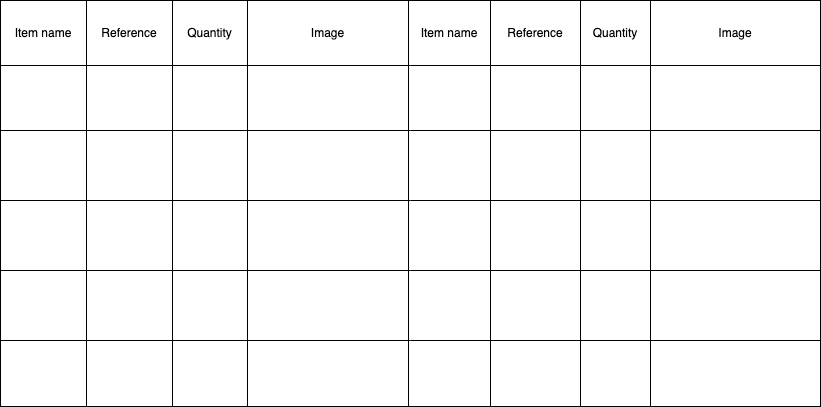
Before: Part list or data sheet.png, a diagram exported from draw.io (amerezoji1362/drawio-github). Source tidied: cells renumbered, new cells last; positions are measured from the earlier drawing's top-left corner, leaving out a move shared by most shapes.
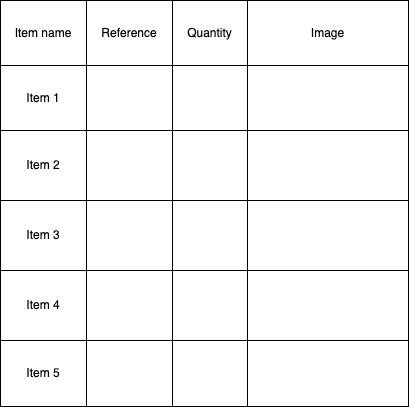
The same diagram one commit later.

Diff of the diagram source:
```diff
@@ -2,170 +2,98 @@
   <root>
     <mxCell id="0" />
     <mxCell id="1" parent="0" />
-    <mxCell id="2" style="shape=table;startSize=0;" parent="1" vertex="1">
-      <mxGeometry width="820" height="406" as="geometry" />
-    </mxCell>
-    <mxCell id="3" style="shape=partialRectangle;fillColor=none;top=0;left=0;bottom=0;right=0;" parent="2" vertex="1">
-      <mxGeometry width="820" height="65" as="geometry" />
-    </mxCell>
+    <mxCell id="57" style="shape=table;startSize=0;" parent="1" vertex="1">
+      <mxGeometry x="-20" y="-30" width="408" height="406" as="geometry" />
+    </mxCell>
+    <mxCell id="58" style="shape=partialRectangle;fillColor=none;top=0;left=0;bottom=0;right=0;" parent="57" vertex="1">
+      <mxGeometry width="408" height="65" as="geometry" />
+    </mxCell>
-    <mxCell id="4" value="Item name" style="shape=partialRectangle;html=1;whiteSpace=wrap;overflow=hidden;fillColor=none;top=0;left=0;bottom=0;right=0;" parent="3" vertex="1">
+    <mxCell id="4" value="Item name" style="shape=partialRectangle;html=1;whiteSpace=wrap;overflow=hidden;fillColor=none;top=0;left=0;bottom=0;right=0;" parent="58" vertex="1">
       <mxGeometry width="86" height="65" as="geometry" />
     </mxCell>
-    <mxCell id="5" value="Reference" style="shape=partialRectangle;html=1;whiteSpace=wrap;overflow=hidden;fillColor=none;top=0;left=0;bottom=0;right=0;" parent="3" vertex="1">
+    <mxCell id="5" value="Reference" style="shape=partialRectangle;html=1;whiteSpace=wrap;overflow=hidden;fillColor=none;top=0;left=0;bottom=0;right=0;" parent="58" vertex="1">
       <mxGeometry x="86" width="86" height="65" as="geometry" />
     </mxCell>
-    <mxCell id="6" value="Quantity" style="shape=partialRectangle;html=1;whiteSpace=wrap;overflow=hidden;fillColor=none;top=0;left=0;bottom=0;right=0;" parent="3" vertex="1">
+    <mxCell id="6" value="Quantity" style="shape=partialRectangle;html=1;whiteSpace=wrap;overflow=hidden;fillColor=none;top=0;left=0;bottom=0;right=0;" parent="58" vertex="1">
       <mxGeometry x="172" width="75" height="65" as="geometry" />
     </mxCell>
-    <mxCell id="7" value="Image" style="shape=partialRectangle;html=1;whiteSpace=wrap;overflow=hidden;fillColor=none;top=0;left=0;bottom=0;right=0;" parent="3" vertex="1">
+    <mxCell id="7" value="Image" style="shape=partialRectangle;html=1;whiteSpace=wrap;overflow=hidden;fillColor=none;top=0;left=0;bottom=0;right=0;" parent="58" vertex="1">
       <mxGeometry x="247" width="161" height="65" as="geometry" />
     </mxCell>
-    <mxCell id="8" value="Item name" style="shape=partialRectangle;html=1;whiteSpace=wrap;overflow=hidden;fillColor=none;top=0;left=0;bottom=0;right=0;" parent="3" vertex="1">
-      <mxGeometry x="408" width="82" height="65" as="geometry" />
-    </mxCell>
-    <mxCell id="9" value="Reference" style="shape=partialRectangle;html=1;whiteSpace=wrap;overflow=hidden;fillColor=none;top=0;left=0;bottom=0;right=0;" parent="3" vertex="1">
-      <mxGeometry x="490" width="90" height="65" as="geometry" />
-    </mxCell>
-    <mxCell id="10" value="Quantity" style="shape=partialRectangle;html=1;whiteSpace=wrap;overflow=hidden;fillColor=none;top=0;left=0;bottom=0;right=0;" parent="3" vertex="1">
-      <mxGeometry x="580" width="70" height="65" as="geometry" />
-    </mxCell>
-    <mxCell id="11" value="Image" style="shape=partialRectangle;html=1;whiteSpace=wrap;overflow=hidden;fillColor=none;top=0;left=0;bottom=0;right=0;" parent="3" vertex="1">
-      <mxGeometry x="650" width="170" height="65" as="geometry" />
-    </mxCell>
-    <mxCell id="12" style="shape=partialRectangle;fillColor=none;top=0;left=0;bottom=0;right=0;" parent="2" vertex="1">
-      <mxGeometry y="65" width="820" height="65" as="geometry" />
-    </mxCell>
-    <mxCell id="13" style="shape=partialRectangle;html=1;whiteSpace=wrap;overflow=hidden;fillColor=none;top=0;left=0;bottom=0;right=0;" parent="12" vertex="1">
-      <mxGeometry width="86" height="65" as="geometry" />
-    </mxCell>
+    <mxCell id="59" style="shape=partialRectangle;fillColor=none;top=0;left=0;bottom=0;right=0;" parent="57" vertex="1">
+      <mxGeometry y="65" width="408" height="65" as="geometry" />
+    </mxCell>
+    <mxCell id="60" value="Item 1" style="shape=partialRectangle;html=1;whiteSpace=wrap;overflow=hidden;fillColor=none;top=0;left=0;bottom=0;right=0;" parent="59" vertex="1">
+      <mxGeometry width="86" height="65" as="geometry" />
+    </mxCell>
-    <mxCell id="14" style="shape=partialRectangle;html=1;whiteSpace=wrap;overflow=hidden;fillColor=none;top=0;left=0;bottom=0;right=0;" parent="12" vertex="1">
+    <mxCell id="14" style="shape=partialRectangle;html=1;whiteSpace=wrap;overflow=hidden;fillColor=none;top=0;left=0;bottom=0;right=0;" parent="59" vertex="1">
       <mxGeometry x="86" width="86" height="65" as="geometry" />
     </mxCell>
-    <mxCell id="15" style="shape=partialRectangle;html=1;whiteSpace=wrap;overflow=hidden;fillColor=none;top=0;left=0;bottom=0;right=0;" parent="12" vertex="1">
+    <mxCell id="15" style="shape=partialRectangle;html=1;whiteSpace=wrap;overflow=hidden;fillColor=none;top=0;left=0;bottom=0;right=0;" parent="59" vertex="1">
       <mxGeometry x="172" width="75" height="65" as="geometry" />
     </mxCell>
-    <mxCell id="16" style="shape=partialRectangle;html=1;whiteSpace=wrap;overflow=hidden;fillColor=none;top=0;left=0;bottom=0;right=0;" parent="12" vertex="1">
+    <mxCell id="16" style="shape=partialRectangle;html=1;whiteSpace=wrap;overflow=hidden;fillColor=none;top=0;left=0;bottom=0;right=0;" parent="59" vertex="1">
       <mxGeometry x="247" width="161" height="65" as="geometry" />
     </mxCell>
-    <mxCell id="17" style="shape=partialRectangle;html=1;whiteSpace=wrap;overflow=hidden;fillColor=none;top=0;left=0;bottom=0;right=0;" parent="12" vertex="1">
-      <mxGeometry x="408" width="82" height="65" as="geometry" />
-    </mxCell>
-    <mxCell id="18" style="shape=partialRectangle;html=1;whiteSpace=wrap;overflow=hidden;fillColor=none;top=0;left=0;bottom=0;right=0;" parent="12" vertex="1">
-      <mxGeometry x="490" width="90" height="65" as="geometry" />
-    </mxCell>
-    <mxCell id="19" style="shape=partialRectangle;html=1;whiteSpace=wrap;overflow=hidden;fillColor=none;top=0;left=0;bottom=0;right=0;" parent="12" vertex="1">
-      <mxGeometry x="580" width="70" height="65" as="geometry" />
-    </mxCell>
-    <mxCell id="20" style="shape=partialRectangle;html=1;whiteSpace=wrap;overflow=hidden;fillColor=none;top=0;left=0;bottom=0;right=0;" parent="12" vertex="1">
-      <mxGeometry x="650" width="170" height="65" as="geometry" />
-    </mxCell>
-    <mxCell id="21" style="shape=partialRectangle;fillColor=none;top=0;left=0;bottom=0;right=0;" parent="2" vertex="1">
-      <mxGeometry y="130" width="820" height="70" as="geometry" />
-    </mxCell>
-    <mxCell id="22" style="shape=partialRectangle;html=1;whiteSpace=wrap;overflow=hidden;fillColor=none;top=0;left=0;bottom=0;right=0;" parent="21" vertex="1">
-      <mxGeometry width="86" height="70" as="geometry" />
-    </mxCell>
-    <mxCell id="23" style="shape=partialRectangle;html=1;whiteSpace=wrap;overflow=hidden;fillColor=none;top=0;left=0;bottom=0;right=0;" parent="21" vertex="1">
-      <mxGeometry x="86" width="86" height="70" as="geometry" />
-    </mxCell>
-    <mxCell id="24" style="shape=partialRectangle;html=1;whiteSpace=wrap;overflow=hidden;fillColor=none;top=0;left=0;bottom=0;right=0;" parent="21" vertex="1">
-      <mxGeometry x="172" width="75" height="70" as="geometry" />
-    </mxCell>
-    <mxCell id="25" style="shape=partialRectangle;html=1;whiteSpace=wrap;overflow=hidden;fillColor=none;top=0;left=0;bottom=0;right=0;" parent="21" vertex="1">
-      <mxGeometry x="247" width="161" height="70" as="geometry" />
-    </mxCell>
-    <mxCell id="26" style="shape=partialRectangle;html=1;whiteSpace=wrap;overflow=hidden;fillColor=none;top=0;left=0;bottom=0;right=0;" parent="21" vertex="1">
-      <mxGeometry x="408" width="82" height="70" as="geometry" />
-    </mxCell>
-    <mxCell id="27" style="shape=partialRectangle;html=1;whiteSpace=wrap;overflow=hidden;fillColor=none;top=0;left=0;bottom=0;right=0;" parent="21" vertex="1">
-      <mxGeometry x="490" width="90" height="70" as="geometry" />
-    </mxCell>
-    <mxCell id="28" style="shape=partialRectangle;html=1;whiteSpace=wrap;overflow=hidden;fillColor=none;top=0;left=0;bottom=0;right=0;" parent="21" vertex="1">
-      <mxGeometry x="580" width="70" height="70" as="geometry" />
-    </mxCell>
-    <mxCell id="29" style="shape=partialRectangle;html=1;whiteSpace=wrap;overflow=hidden;fillColor=none;top=0;left=0;bottom=0;right=0;" parent="21" vertex="1">
-      <mxGeometry x="650" width="170" height="70" as="geometry" />
-    </mxCell>
-    <mxCell id="30" style="shape=partialRectangle;fillColor=none;top=0;left=0;bottom=0;right=0;" parent="2" vertex="1">
-      <mxGeometry y="200" width="820" height="70" as="geometry" />
-    </mxCell>
-    <mxCell id="31" style="shape=partialRectangle;html=1;whiteSpace=wrap;overflow=hidden;fillColor=none;top=0;left=0;bottom=0;right=0;" parent="30" vertex="1">
-      <mxGeometry width="86" height="70" as="geometry" />
-    </mxCell>
-    <mxCell id="32" style="shape=partialRectangle;html=1;whiteSpace=wrap;overflow=hidden;fillColor=none;top=0;left=0;bottom=0;right=0;" parent="30" vertex="1">
-      <mxGeometry x="86" width="86" height="70" as="geometry" />
-    </mxCell>
-    <mxCell id="33" style="shape=partialRectangle;html=1;whiteSpace=wrap;overflow=hidden;fillColor=none;top=0;left=0;bottom=0;right=0;" parent="30" vertex="1">
-      <mxGeometry x="172" width="75" height="70" as="geometry" />
-    </mxCell>
-    <mxCell id="34" style="shape=partialRectangle;html=1;whiteSpace=wrap;overflow=hidden;fillColor=none;top=0;left=0;bottom=0;right=0;" parent="30" vertex="1">
-      <mxGeometry x="247" width="161" height="70" as="geometry" />
-    </mxCell>
-    <mxCell id="35" style="shape=partialRectangle;html=1;whiteSpace=wrap;overflow=hidden;fillColor=none;top=0;left=0;bottom=0;right=0;" parent="30" vertex="1">
-      <mxGeometry x="408" width="82" height="70" as="geometry" />
-    </mxCell>
-    <mxCell id="36" style="shape=partialRectangle;html=1;whiteSpace=wrap;overflow=hidden;fillColor=none;top=0;left=0;bottom=0;right=0;" parent="30" vertex="1">
-      <mxGeometry x="490" width="90" height="70" as="geometry" />
-    </mxCell>
-    <mxCell id="37" style="shape=partialRectangle;html=1;whiteSpace=wrap;overflow=hidden;fillColor=none;top=0;left=0;bottom=0;right=0;" parent="30" vertex="1">
-      <mxGeometry x="580" width="70" height="70" as="geometry" />
-    </mxCell>
-    <mxCell id="38" style="shape=partialRectangle;html=1;whiteSpace=wrap;overflow=hidden;fillColor=none;top=0;left=0;bottom=0;right=0;" parent="30" vertex="1">
-      <mxGeometry x="650" width="170" height="70" as="geometry" />
-    </mxCell>
-    <mxCell id="39" style="shape=partialRectangle;fillColor=none;top=0;left=0;bottom=0;right=0;" parent="2" vertex="1">
-      <mxGeometry y="270" width="820" height="70" as="geometry" />
-    </mxCell>
-    <mxCell id="40" style="shape=partialRectangle;html=1;whiteSpace=wrap;overflow=hidden;fillColor=none;top=0;left=0;bottom=0;right=0;" parent="39" vertex="1">
-      <mxGeometry width="86" height="70" as="geometry" />
-    </mxCell>
-    <mxCell id="41" style="shape=partialRectangle;html=1;whiteSpace=wrap;overflow=hidden;fillColor=none;top=0;left=0;bottom=0;right=0;" parent="39" vertex="1">
-      <mxGeometry x="86" width="86" height="70" as="geometry" />
-    </mxCell>
-    <mxCell id="42" style="shape=partialRectangle;html=1;whiteSpace=wrap;overflow=hidden;fillColor=none;top=0;left=0;bottom=0;right=0;" parent="39" vertex="1">
-      <mxGeometry x="172" width="75" height="70" as="geometry" />
-    </mxCell>
-    <mxCell id="43" style="shape=partialRectangle;html=1;whiteSpace=wrap;overflow=hidden;fillColor=none;top=0;left=0;bottom=0;right=0;" parent="39" vertex="1">
-      <mxGeometry x="247" width="161" height="70" as="geometry" />
-    </mxCell>
-    <mxCell id="44" style="shape=partialRectangle;html=1;whiteSpace=wrap;overflow=hidden;fillColor=none;top=0;left=0;bottom=0;right=0;" parent="39" vertex="1">
-      <mxGeometry x="408" width="82" height="70" as="geometry" />
-    </mxCell>
-    <mxCell id="45" style="shape=partialRectangle;html=1;whiteSpace=wrap;overflow=hidden;fillColor=none;top=0;left=0;bottom=0;right=0;" parent="39" vertex="1">
-      <mxGeometry x="490" width="90" height="70" as="geometry" />
-    </mxCell>
-    <mxCell id="46" style="shape=partialRectangle;html=1;whiteSpace=wrap;overflow=hidden;fillColor=none;top=0;left=0;bottom=0;right=0;" parent="39" vertex="1">
-      <mxGeometry x="580" width="70" height="70" as="geometry" />
-    </mxCell>
-    <mxCell id="47" style="shape=partialRectangle;html=1;whiteSpace=wrap;overflow=hidden;fillColor=none;top=0;left=0;bottom=0;right=0;" parent="39" vertex="1">
-      <mxGeometry x="650" width="170" height="70" as="geometry" />
-    </mxCell>
-    <mxCell id="48" style="shape=partialRectangle;fillColor=none;top=0;left=0;bottom=0;right=0;" parent="2" vertex="1">
-      <mxGeometry y="340" width="820" height="66" as="geometry" />
-    </mxCell>
-    <mxCell id="49" style="shape=partialRectangle;html=1;whiteSpace=wrap;overflow=hidden;fillColor=none;top=0;left=0;bottom=0;right=0;" parent="48" vertex="1">
-      <mxGeometry width="86" height="66" as="geometry" />
-    </mxCell>
+    <mxCell id="61" style="shape=partialRectangle;fillColor=none;top=0;left=0;bottom=0;right=0;" parent="57" vertex="1">
+      <mxGeometry y="130" width="408" height="70" as="geometry" />
+    </mxCell>
+    <mxCell id="62" value="Item 2" style="shape=partialRectangle;html=1;whiteSpace=wrap;overflow=hidden;fillColor=none;top=0;left=0;bottom=0;right=0;" parent="61" vertex="1">
+      <mxGeometry width="86" height="70" as="geometry" />
+    </mxCell>
+    <mxCell id="63" style="shape=partialRectangle;html=1;whiteSpace=wrap;overflow=hidden;fillColor=none;top=0;left=0;bottom=0;right=0;" parent="61" vertex="1">
+      <mxGeometry x="86" width="86" height="70" as="geometry" />
+    </mxCell>
+    <mxCell id="64" style="shape=partialRectangle;html=1;whiteSpace=wrap;overflow=hidden;fillColor=none;top=0;left=0;bottom=0;right=0;" parent="61" vertex="1">
+      <mxGeometry x="172" width="75" height="70" as="geometry" />
+    </mxCell>
+    <mxCell id="65" style="shape=partialRectangle;html=1;whiteSpace=wrap;overflow=hidden;fillColor=none;top=0;left=0;bottom=0;right=0;" parent="61" vertex="1">
+      <mxGeometry x="247" width="161" height="70" as="geometry" />
+    </mxCell>
+    <mxCell id="66" style="shape=partialRectangle;fillColor=none;top=0;left=0;bottom=0;right=0;" parent="57" vertex="1">
+      <mxGeometry y="200" width="408" height="70" as="geometry" />
+    </mxCell>
+    <mxCell id="67" value="Item 3" style="shape=partialRectangle;html=1;whiteSpace=wrap;overflow=hidden;fillColor=none;top=0;left=0;bottom=0;right=0;" parent="66" vertex="1">
+      <mxGeometry width="86" height="70" as="geometry" />
+    </mxCell>
+    <mxCell id="68" style="shape=partialRectangle;html=1;whiteSpace=wrap;overflow=hidden;fillColor=none;top=0;left=0;bottom=0;right=0;" parent="66" vertex="1">
+      <mxGeometry x="86" width="86" height="70" as="geometry" />
+    </mxCell>
+    <mxCell id="69" style="shape=partialRectangle;html=1;whiteSpace=wrap;overflow=hidden;fillColor=none;top=0;left=0;bottom=0;right=0;" parent="66" vertex="1">
+      <mxGeometry x="172" width="75" height="70" as="geometry" />
+    </mxCell>
+    <mxCell id="70" style="shape=partialRectangle;html=1;whiteSpace=wrap;overflow=hidden;fillColor=none;top=0;left=0;bottom=0;right=0;" parent="66" vertex="1">
+      <mxGeometry x="247" width="161" height="70" as="geometry" />
+    </mxCell>
+    <mxCell id="71" style="shape=partialRectangle;fillColor=none;top=0;left=0;bottom=0;right=0;" parent="57" vertex="1">
+      <mxGeometry y="270" width="408" height="70" as="geometry" />
+    </mxCell>
+    <mxCell id="72" value="Item 4" style="shape=partialRectangle;html=1;whiteSpace=wrap;overflow=hidden;fillColor=none;top=0;left=0;bottom=0;right=0;" parent="71" vertex="1">
+      <mxGeometry width="86" height="70" as="geometry" />
+    </mxCell>
+    <mxCell id="73" style="shape=partialRectangle;html=1;whiteSpace=wrap;overflow=hidden;fillColor=none;top=0;left=0;bottom=0;right=0;" parent="71" vertex="1">
+      <mxGeometry x="86" width="86" height="70" as="geometry" />
+    </mxCell>
+    <mxCell id="74" style="shape=partialRectangle;html=1;whiteSpace=wrap;overflow=hidden;fillColor=none;top=0;left=0;bottom=0;right=0;" parent="71" vertex="1">
+      <mxGeometry x="172" width="75" height="70" as="geometry" />
+    </mxCell>
+    <mxCell id="75" style="shape=partialRectangle;html=1;whiteSpace=wrap;overflow=hidden;fillColor=none;top=0;left=0;bottom=0;right=0;" parent="71" vertex="1">
+      <mxGeometry x="247" width="161" height="70" as="geometry" />
+    </mxCell>
+    <mxCell id="76" style="shape=partialRectangle;fillColor=none;top=0;left=0;bottom=0;right=0;" parent="57" vertex="1">
+      <mxGeometry y="340" width="408" height="66" as="geometry" />
+    </mxCell>
+    <mxCell id="77" value="Item 5" style="shape=partialRectangle;html=1;whiteSpace=wrap;overflow=hidden;fillColor=none;top=0;left=0;bottom=0;right=0;" parent="76" vertex="1">
+      <mxGeometry width="86" height="66" as="geometry" />
+    </mxCell>
-    <mxCell id="50" style="shape=partialRectangle;html=1;whiteSpace=wrap;overflow=hidden;fillColor=none;top=0;left=0;bottom=0;right=0;" parent="48" vertex="1">
+    <mxCell id="50" style="shape=partialRectangle;html=1;whiteSpace=wrap;overflow=hidden;fillColor=none;top=0;left=0;bottom=0;right=0;" parent="76" vertex="1">
       <mxGeometry x="86" width="86" height="66" as="geometry" />
     </mxCell>
-    <mxCell id="51" style="shape=partialRectangle;html=1;whiteSpace=wrap;overflow=hidden;fillColor=none;top=0;left=0;bottom=0;right=0;" parent="48" vertex="1">
+    <mxCell id="51" style="shape=partialRectangle;html=1;whiteSpace=wrap;overflow=hidden;fillColor=none;top=0;left=0;bottom=0;right=0;" parent="76" vertex="1">
       <mxGeometry x="172" width="75" height="66" as="geometry" />
     </mxCell>
-    <mxCell id="52" style="shape=partialRectangle;html=1;whiteSpace=wrap;overflow=hidden;fillColor=none;top=0;left=0;bottom=0;right=0;" parent="48" vertex="1">
+    <mxCell id="52" style="shape=partialRectangle;html=1;whiteSpace=wrap;overflow=hidden;fillColor=none;top=0;left=0;bottom=0;right=0;" parent="76" vertex="1">
       <mxGeometry x="247" width="161" height="66" as="geometry" />
     </mxCell>
-    <mxCell id="53" style="shape=partialRectangle;html=1;whiteSpace=wrap;overflow=hidden;fillColor=none;top=0;left=0;bottom=0;right=0;" parent="48" vertex="1">
-      <mxGeometry x="408" width="82" height="66" as="geometry" />
-    </mxCell>
-    <mxCell id="54" style="shape=partialRectangle;html=1;whiteSpace=wrap;overflow=hidden;fillColor=none;top=0;left=0;bottom=0;right=0;" parent="48" vertex="1">
-      <mxGeometry x="490" width="90" height="66" as="geometry" />
-    </mxCell>
-    <mxCell id="55" style="shape=partialRectangle;html=1;whiteSpace=wrap;overflow=hidden;fillColor=none;top=0;left=0;bottom=0;right=0;" parent="48" vertex="1">
-      <mxGeometry x="580" width="70" height="66" as="geometry" />
-    </mxCell>
-    <mxCell id="56" style="shape=partialRectangle;html=1;whiteSpace=wrap;overflow=hidden;fillColor=none;top=0;left=0;bottom=0;right=0;" parent="48" vertex="1">
-      <mxGeometry x="650" width="170" height="66" as="geometry" />
-    </mxCell>
   </root>
 </mxGraphModel>
```
